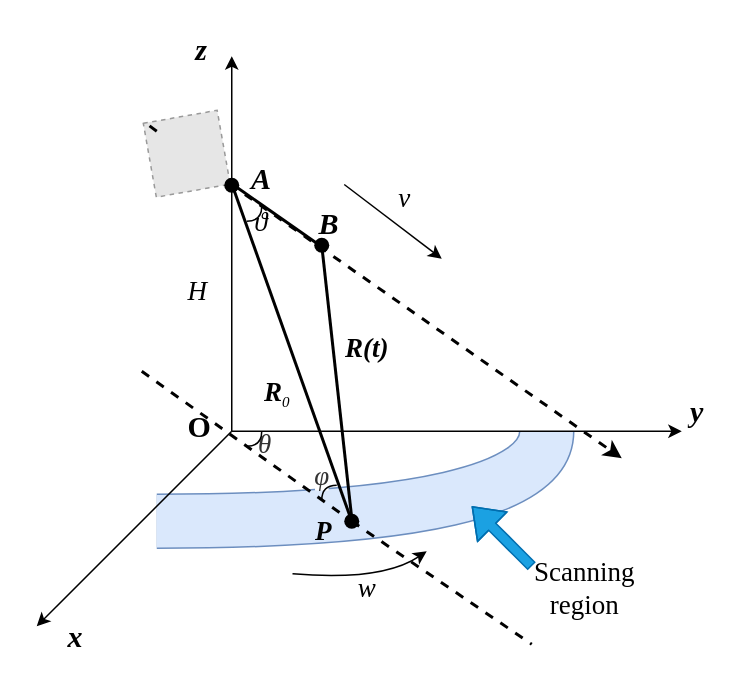
This is forward-looking.drawio from LFNing/General, a draw.io file, before an edit. Source tidied: cells renumbered, new cells numbered last; positions are measured from the earlier drawing's top-left corner, leaving out a move shared by most shapes. Both pictures are drawn from the tidied source at 150%, with x=0, y=0 at pixel (36, 26). Pictures stored in the file or linked from it are replaced by grey dashed boxes.
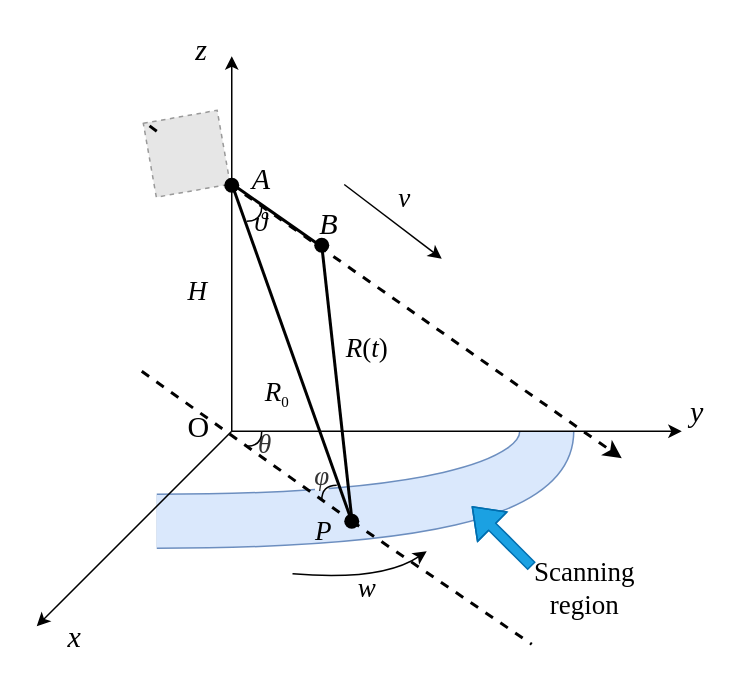
The same diagram, later.

Diff of the diagram source:
```diff
@@
-    <mxCell id="11" value="x" style="text;strokeColor=none;fillColor=none;align=left;verticalAlign=middle;spacingLeft=4;spacingRight=4;overflow=hidden;fontStyle=3;fontFamily=Times New Roman;fontSize=20;" parent="1" vertex="1">
+    <mxCell id="11" value="x" style="text;strokeColor=none;fillColor=none;align=left;verticalAlign=middle;spacingLeft=4;spacingRight=4;overflow=hidden;fontStyle=2;fontFamily=Times New Roman;fontSize=20;" parent="1" vertex="1">
       <mxGeometry x="15" y="390" width="80" height="30" as="geometry" />
     </mxCell>
-    <mxCell id="12" value="y" style="text;strokeColor=none;fillColor=none;align=left;verticalAlign=middle;spacingLeft=4;spacingRight=4;overflow=hidden;fontFamily=Times New Roman;fontStyle=3;fontSize=20;" parent="1" vertex="1">
+    <mxCell id="12" value="y" style="text;strokeColor=none;fillColor=none;align=left;verticalAlign=middle;spacingLeft=4;spacingRight=4;overflow=hidden;fontFamily=Times New Roman;fontStyle=2;fontSize=20;" parent="1" vertex="1">
       <mxGeometry x="430" y="240" width="30" height="30" as="geometry" />
     </mxCell>
-    <mxCell id="13" value="&lt;i style=&quot;font-size: 20px;&quot;&gt;&lt;b style=&quot;font-size: 20px;&quot;&gt;&lt;font style=&quot;font-size: 20px;&quot;&gt;z&lt;/font&gt;&lt;/b&gt;&lt;/i&gt;" style="text;html=1;strokeColor=none;fillColor=none;align=center;verticalAlign=middle;whiteSpace=wrap;rounded=0;fontFamily=Times New Roman;fontSize=20;" parent="1" vertex="1">
+    <mxCell id="13" value="&lt;i style=&quot;font-size: 20px;&quot;&gt;&lt;span style=&quot;font-size: 20px;&quot;&gt;&lt;font style=&quot;font-size: 20px;&quot;&gt;z&lt;/font&gt;&lt;/span&gt;&lt;/i&gt;" style="text;html=1;strokeColor=none;fillColor=none;align=center;verticalAlign=middle;whiteSpace=wrap;rounded=0;fontFamily=Times New Roman;fontSize=20;" parent="1" vertex="1">
       <mxGeometry x="95" width="30" height="30" as="geometry" />
     </mxCell>
@@
-    <mxCell id="20" value="&lt;b style=&quot;font-size: 18px; font-style: italic;&quot;&gt;R&lt;/b&gt;&lt;sub style=&quot;&quot;&gt;&lt;i style=&quot;&quot;&gt;&lt;font style=&quot;font-size: 10px;&quot;&gt;0&lt;/font&gt;&lt;/i&gt;&lt;/sub&gt;" style="text;html=1;align=center;verticalAlign=middle;fillColor=none;strokeColor=none;rounded=0;fontFamily=Times New Roman;fontSize=11;" parent="1" vertex="1">
+    <mxCell id="20" value="&lt;span style=&quot;font-size: 18px; font-style: italic;&quot;&gt;R&lt;/span&gt;&lt;sub style=&quot;&quot;&gt;&lt;font style=&quot;font-size: 10px;&quot;&gt;0&lt;/font&gt;&lt;/sub&gt;" style="text;html=1;align=center;verticalAlign=middle;fillColor=none;strokeColor=none;rounded=0;fontFamily=Times New Roman;fontSize=11;" parent="1" vertex="1">
       <mxGeometry x="140" y="225" width="40" height="40" as="geometry" />
     </mxCell>
-    <mxCell id="21" value="&lt;i style=&quot;font-size: 18px;&quot;&gt;&lt;b&gt;R&lt;font style=&quot;font-size: 18px;&quot;&gt;(t)&lt;/font&gt;&lt;/b&gt;&lt;/i&gt;" style="text;html=1;align=center;verticalAlign=middle;fillColor=none;strokeColor=none;rounded=0;fontFamily=Times New Roman;fontSize=11;" parent="1" vertex="1">
+    <mxCell id="21" value="&lt;span style=&quot;font-size: 18px;&quot;&gt;&lt;i&gt;R&lt;/i&gt;&lt;font style=&quot;font-size: 18px;&quot;&gt;(&lt;i&gt;t&lt;/i&gt;)&lt;/font&gt;&lt;/span&gt;" style="text;html=1;align=center;verticalAlign=middle;fillColor=none;strokeColor=none;rounded=0;fontFamily=Times New Roman;fontSize=11;" parent="1" vertex="1">
       <mxGeometry x="195" y="195" width="50" height="40" as="geometry" />
     </mxCell>
-    <mxCell id="22" value="P" style="text;strokeColor=none;fillColor=none;align=left;verticalAlign=middle;spacingLeft=4;spacingRight=4;overflow=hidden;fontFamily=Times New Roman;fontStyle=3;fontSize=18;" parent="1" vertex="1">
+    <mxCell id="22" value="P" style="text;strokeColor=none;fillColor=none;align=left;verticalAlign=middle;spacingLeft=4;spacingRight=4;overflow=hidden;fontFamily=Times New Roman;fontStyle=2;fontSize=18;" parent="1" vertex="1">
       <mxGeometry x="180" y="320" width="30" height="30" as="geometry" />
     </mxCell>
@@
-    <mxCell id="33" value="&lt;font face=&quot;Times New Roman&quot;&gt;&lt;span style=&quot;font-size: 20px;&quot;&gt;&lt;b&gt;&lt;i&gt;A&lt;/i&gt;&lt;/b&gt;&lt;/span&gt;&lt;/font&gt;" style="text;html=1;strokeColor=none;fillColor=none;align=center;verticalAlign=middle;whiteSpace=wrap;rounded=0;" parent="1" vertex="1">
+    <mxCell id="33" value="&lt;font face=&quot;Times New Roman&quot;&gt;&lt;span style=&quot;font-size: 20px;&quot;&gt;&lt;i style=&quot;&quot;&gt;A&lt;/i&gt;&lt;/span&gt;&lt;/font&gt;" style="text;html=1;strokeColor=none;fillColor=none;align=center;verticalAlign=middle;whiteSpace=wrap;rounded=0;" parent="1" vertex="1">
       <mxGeometry x="120" y="86" width="60" height="30" as="geometry" />
     </mxCell>
-    <mxCell id="34" value="&lt;font face=&quot;Times New Roman&quot;&gt;&lt;span style=&quot;font-size: 20px;&quot;&gt;&lt;b&gt;&lt;i&gt;B&lt;/i&gt;&lt;/b&gt;&lt;/span&gt;&lt;/font&gt;" style="text;html=1;strokeColor=none;fillColor=none;align=center;verticalAlign=middle;whiteSpace=wrap;rounded=0;" parent="1" vertex="1">
+    <mxCell id="34" value="&lt;font face=&quot;Times New Roman&quot;&gt;&lt;span style=&quot;font-size: 20px;&quot;&gt;&lt;i style=&quot;&quot;&gt;B&lt;/i&gt;&lt;/span&gt;&lt;/font&gt;" style="text;html=1;strokeColor=none;fillColor=none;align=center;verticalAlign=middle;whiteSpace=wrap;rounded=0;" parent="1" vertex="1">
       <mxGeometry x="165" y="115.5" width="60" height="30" as="geometry" />
     </mxCell>
-    <mxCell id="35" value="O" style="text;strokeColor=none;fillColor=none;align=left;verticalAlign=middle;spacingLeft=4;spacingRight=4;overflow=hidden;fontFamily=Times New Roman;fontStyle=1;fontSize=20;" parent="1" vertex="1">
+    <mxCell id="35" value="O" style="text;strokeColor=none;fillColor=none;align=left;verticalAlign=middle;spacingLeft=4;spacingRight=4;overflow=hidden;fontFamily=Times New Roman;fontStyle=0;fontSize=20;" parent="1" vertex="1">
       <mxGeometry x="95" y="250" width="30" height="30" as="geometry" />
     </mxCell>
```
